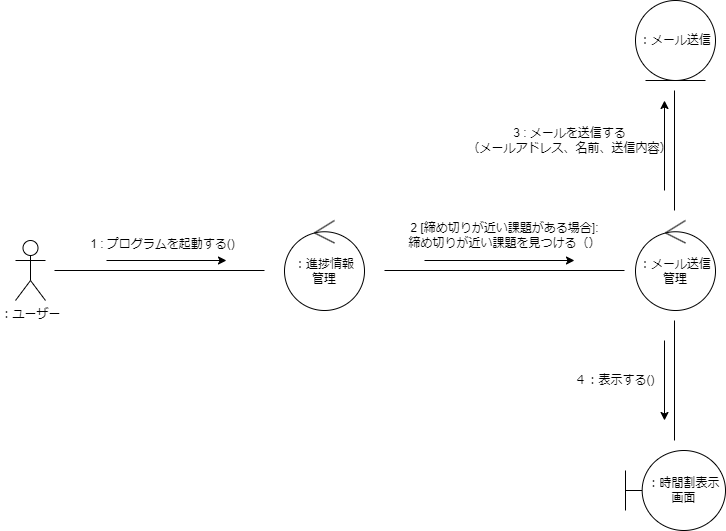
Before: 構造図/コミュニケーション図/コミュニケーション図＿メール送信.drawio.png, a diagram exported from draw.io (masaki1234567/psp4). Source tidied: cells renumbered, new cells last; positions are measured from the earlier drawing's top-left corner, leaving out a move shared by most shapes.
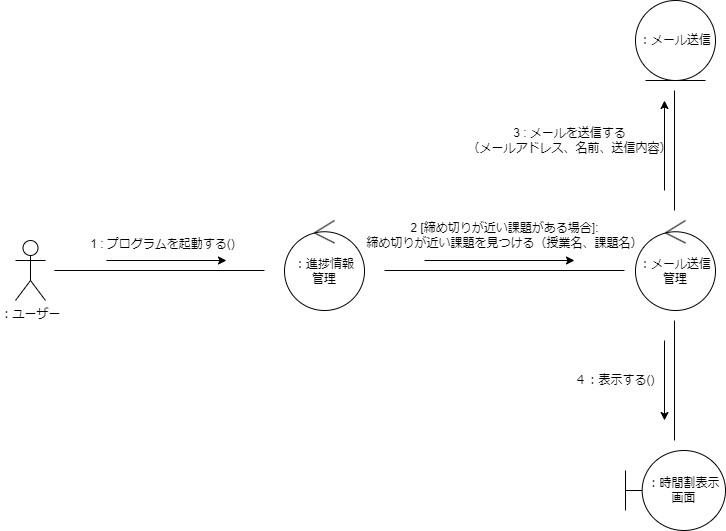
The same diagram one commit later.

What changed in the source:
```diff
@@ -38,8 +38,8 @@
         <mxPoint x="559" y="260" as="targetPoint" />
       </mxGeometry>
     </mxCell>
-    <mxCell id="10" value="2 [締め切りが近い課題がある場合]:&lt;br&gt;締め切りが近い課題を見つける（）" style="text;html=1;align=center;verticalAlign=middle;strokeColor=none;fillColor=none;" parent="1" vertex="1">
-      <mxGeometry x="379" y="215" width="220" height="40" as="geometry" />
+    <mxCell id="10" value="2 [締め切りが近い課題がある場合]:&lt;br&gt;締め切りが近い課題を見つける（授業名、課題名）" style="text;html=1;align=center;verticalAlign=middle;strokeColor=none;fillColor=none;" parent="1" vertex="1">
+      <mxGeometry x="339" y="215" width="300" height="40" as="geometry" />
     </mxCell>
     <mxCell id="11" value="：メール送信" style="ellipse;shape=umlEntity;whiteSpace=wrap;html=1;" parent="1" vertex="1">
       <mxGeometry x="620" width="80" height="80" as="geometry" />
```
